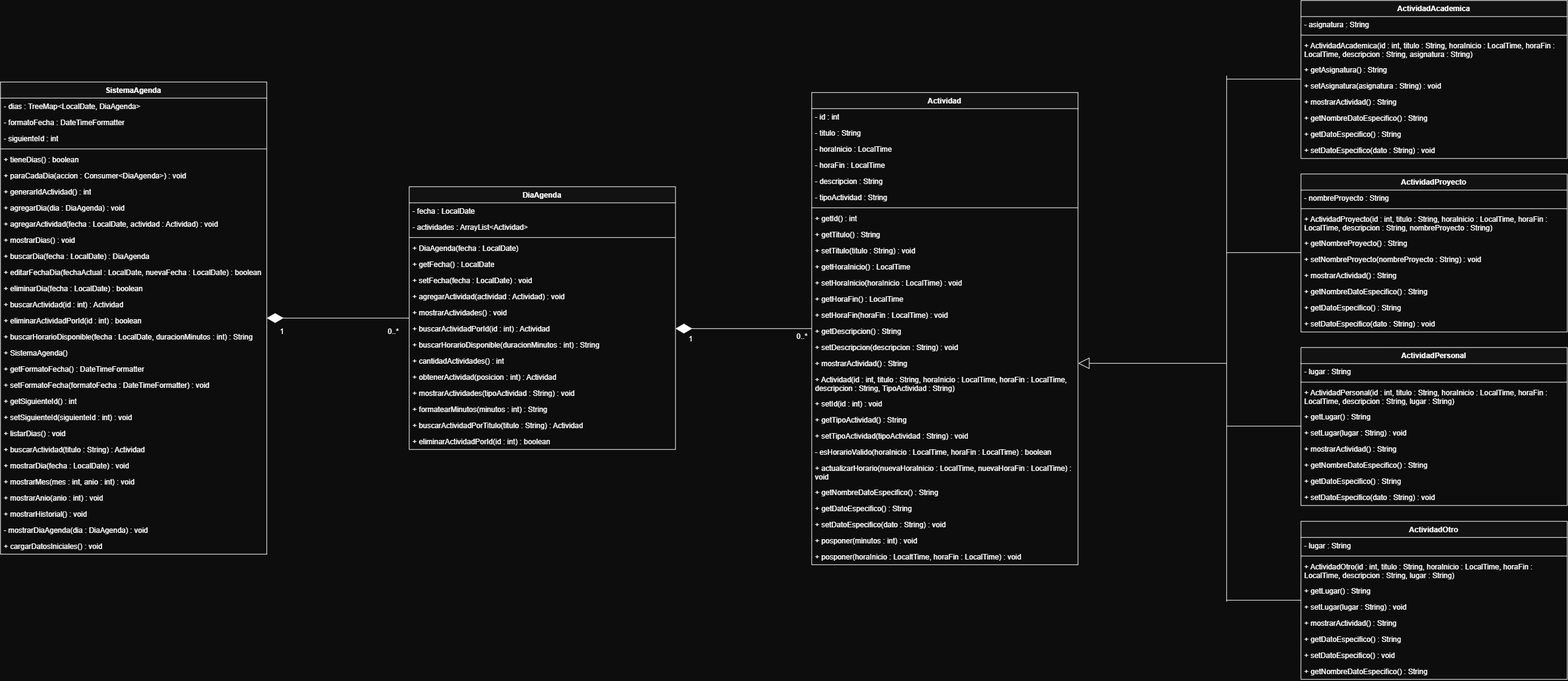
Before: docs/DiagramaAgenda.drawio.png, a diagram exported from draw.io (giullianomartinez/SIA-GestionAgenda). Source tidied: cells renumbered, new cells last; positions are measured from the earlier drawing's top-left corner, leaving out a move shared by most shapes.
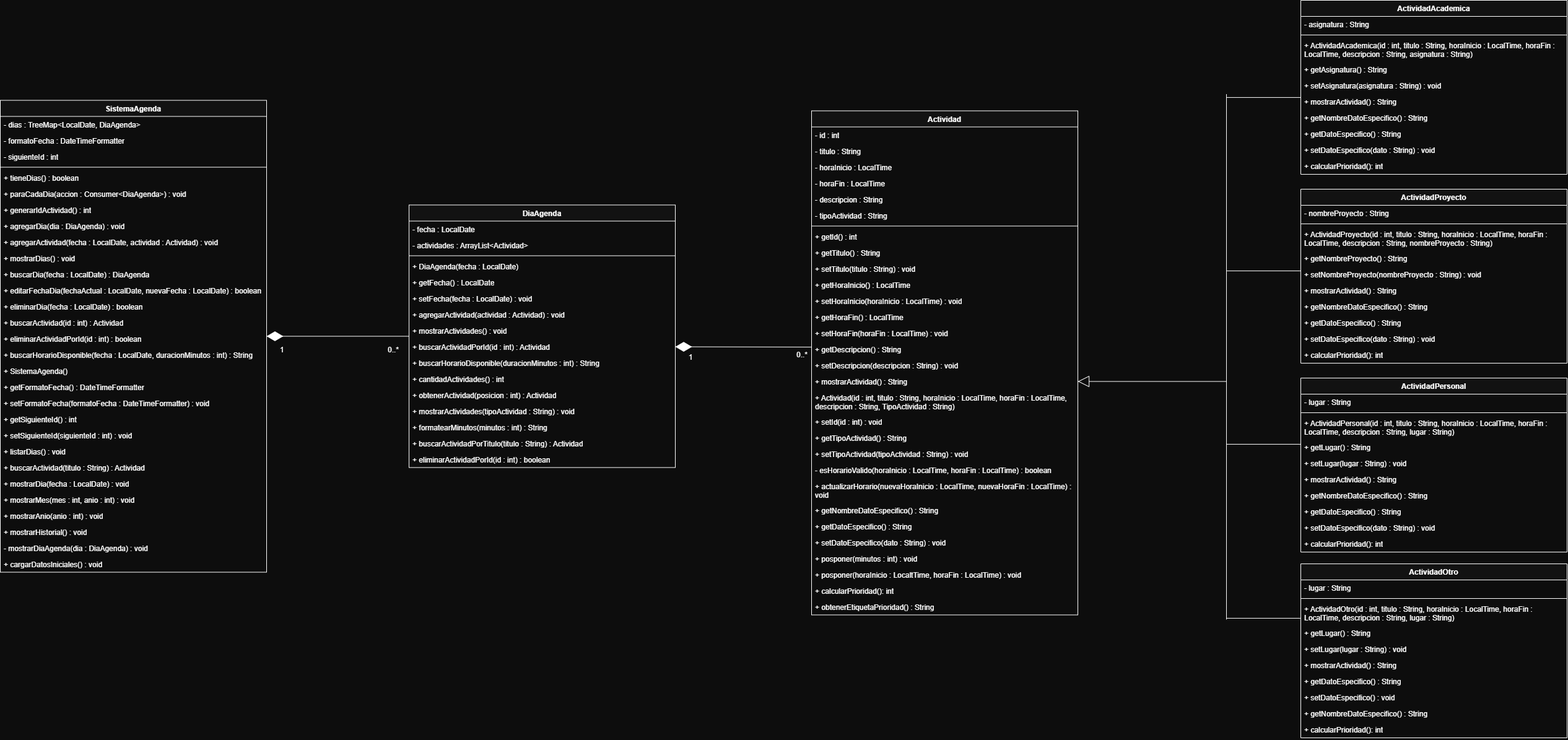
After the change.

The edit, as a diff of the source:
```diff
@@ -144,7 +144,7 @@
       <mxGeometry y="398" width="430" height="26" as="geometry" />
     </mxCell>
     <mxCell id="49" value="Actividad" style="swimlane;fontStyle=1;align=center;verticalAlign=top;horizontal=1;startSize=26;whiteSpace=wrap;html=1;" parent="1" vertex="1">
-      <mxGeometry x="1310" y="148.5" width="430" height="762" as="geometry" />
+      <mxGeometry x="1310" y="148.5" width="430" height="814" as="geometry" />
     </mxCell>
     <mxCell id="50" value="- id : int" style="text;strokeColor=none;fillColor=none;align=left;verticalAlign=top;spacingLeft=4;spacingRight=4;overflow=hidden;whiteSpace=wrap;html=1;" parent="49" vertex="1">
       <mxGeometry y="26" width="430" height="26" as="geometry" />
@@ -230,8 +230,14 @@
     <mxCell id="77" value="&lt;div&gt;+ posponer(horaInicio : LocaltTime, horaFin : LocalTime) : void&lt;/div&gt;" style="text;strokeColor=none;fillColor=none;align=left;verticalAlign=top;spacingLeft=4;spacingRight=4;overflow=hidden;whiteSpace=wrap;html=1;" parent="49" vertex="1">
       <mxGeometry y="736" width="430" height="26" as="geometry" />
     </mxCell>
+    <mxCell id="130" value="&lt;div&gt;+ calcularPrioridad(): int&lt;/div&gt;" style="text;strokeColor=none;fillColor=none;align=left;verticalAlign=top;spacingLeft=4;spacingRight=4;overflow=hidden;whiteSpace=wrap;html=1;" parent="49" vertex="1">
+      <mxGeometry y="762" width="430" height="26" as="geometry" />
+    </mxCell>
+    <mxCell id="131" value="&lt;div&gt;+ obtenerEtiquetaPrioridad() : String&lt;/div&gt;" style="text;strokeColor=none;fillColor=none;align=left;verticalAlign=top;spacingLeft=4;spacingRight=4;overflow=hidden;whiteSpace=wrap;html=1;" parent="49" vertex="1">
+      <mxGeometry y="788" width="430" height="26" as="geometry" />
+    </mxCell>
     <mxCell id="78" value="ActividadAcademica" style="swimlane;fontStyle=1;align=center;verticalAlign=top;horizontal=1;startSize=26;whiteSpace=wrap;html=1;" parent="1" vertex="1">
-      <mxGeometry x="2100" width="430" height="255" as="geometry" />
+      <mxGeometry x="2100" y="-30" width="430" height="281" as="geometry" />
     </mxCell>
     <mxCell id="79" value="- asignatura : String" style="text;strokeColor=none;fillColor=none;align=left;verticalAlign=top;spacingLeft=4;spacingRight=4;overflow=hidden;whiteSpace=wrap;html=1;" parent="78" vertex="1">
       <mxGeometry y="26" width="430" height="26" as="geometry" />
@@ -260,8 +266,11 @@
     <mxCell id="87" value="&lt;div&gt;+ setDatoEspecifico(dato : String) : void&lt;/div&gt;" style="text;strokeColor=none;fillColor=none;align=left;verticalAlign=top;spacingLeft=4;spacingRight=4;overflow=hidden;whiteSpace=wrap;html=1;" parent="78" vertex="1">
       <mxGeometry y="229" width="430" height="26" as="geometry" />
     </mxCell>
+    <mxCell id="132" value="+ calcularPrioridad(): int" style="text;strokeColor=none;fillColor=none;align=left;verticalAlign=top;spacingLeft=4;spacingRight=4;overflow=hidden;whiteSpace=wrap;html=1;" parent="78" vertex="1">
+      <mxGeometry y="255" width="430" height="26" as="geometry" />
+    </mxCell>
     <mxCell id="88" value="ActividadProyecto" style="swimlane;fontStyle=1;align=center;verticalAlign=top;horizontal=1;startSize=26;whiteSpace=wrap;html=1;" parent="1" vertex="1">
-      <mxGeometry x="2100" y="280" width="430" height="255" as="geometry" />
+      <mxGeometry x="2100" y="275" width="430" height="281" as="geometry" />
     </mxCell>
     <mxCell id="89" value="- nombreProyecto : String" style="text;strokeColor=none;fillColor=none;align=left;verticalAlign=top;spacingLeft=4;spacingRight=4;overflow=hidden;whiteSpace=wrap;html=1;" parent="88" vertex="1">
       <mxGeometry y="26" width="430" height="26" as="geometry" />
@@ -290,8 +299,11 @@
     <mxCell id="97" value="&lt;div&gt;+ setDatoEspecifico(dato : String) : void&lt;/div&gt;" style="text;strokeColor=none;fillColor=none;align=left;verticalAlign=top;spacingLeft=4;spacingRight=4;overflow=hidden;whiteSpace=wrap;html=1;" parent="88" vertex="1">
       <mxGeometry y="229" width="430" height="26" as="geometry" />
     </mxCell>
+    <mxCell id="133" value="+ calcularPrioridad(): int" style="text;strokeColor=none;fillColor=none;align=left;verticalAlign=top;spacingLeft=4;spacingRight=4;overflow=hidden;whiteSpace=wrap;html=1;" parent="88" vertex="1">
+      <mxGeometry y="255" width="430" height="26" as="geometry" />
+    </mxCell>
     <mxCell id="98" value="ActividadPersonal" style="swimlane;fontStyle=1;align=center;verticalAlign=top;horizontal=1;startSize=26;whiteSpace=wrap;html=1;" parent="1" vertex="1">
-      <mxGeometry x="2100" y="560" width="430" height="255" as="geometry" />
+      <mxGeometry x="2100" y="580" width="430" height="281" as="geometry" />
     </mxCell>
     <mxCell id="99" value="- lugar : String" style="text;strokeColor=none;fillColor=none;align=left;verticalAlign=top;spacingLeft=4;spacingRight=4;overflow=hidden;whiteSpace=wrap;html=1;" parent="98" vertex="1">
       <mxGeometry y="26" width="430" height="26" as="geometry" />
@@ -320,8 +332,11 @@
     <mxCell id="107" value="&lt;div&gt;+ setDatoEspecifico(dato : String) : void&lt;/div&gt;" style="text;strokeColor=none;fillColor=none;align=left;verticalAlign=top;spacingLeft=4;spacingRight=4;overflow=hidden;whiteSpace=wrap;html=1;" parent="98" vertex="1">
       <mxGeometry y="229" width="430" height="26" as="geometry" />
     </mxCell>
+    <mxCell id="134" value="+ calcularPrioridad(): int" style="text;strokeColor=none;fillColor=none;align=left;verticalAlign=top;spacingLeft=4;spacingRight=4;overflow=hidden;whiteSpace=wrap;html=1;" parent="98" vertex="1">
+      <mxGeometry y="255" width="430" height="26" as="geometry" />
+    </mxCell>
     <mxCell id="108" value="ActividadOtro" style="swimlane;fontStyle=1;align=center;verticalAlign=top;horizontal=1;startSize=26;whiteSpace=wrap;html=1;" parent="1" vertex="1">
-      <mxGeometry x="2100" y="840.5" width="430" height="255" as="geometry" />
+      <mxGeometry x="2100" y="880" width="430" height="281" as="geometry" />
     </mxCell>
     <mxCell id="109" value="- lugar : String" style="text;strokeColor=none;fillColor=none;align=left;verticalAlign=top;spacingLeft=4;spacingRight=4;overflow=hidden;whiteSpace=wrap;html=1;" parent="108" vertex="1">
       <mxGeometry y="26" width="430" height="26" as="geometry" />
@@ -350,6 +365,9 @@
     <mxCell id="117" value="&lt;div&gt;+ getNombreDatoEspecifico() : String&lt;/div&gt;" style="text;strokeColor=none;fillColor=none;align=left;verticalAlign=top;spacingLeft=4;spacingRight=4;overflow=hidden;whiteSpace=wrap;html=1;" parent="108" vertex="1">
       <mxGeometry y="229" width="430" height="26" as="geometry" />
     </mxCell>
+    <mxCell id="135" value="+ calcularPrioridad(): int" style="text;strokeColor=none;fillColor=none;align=left;verticalAlign=top;spacingLeft=4;spacingRight=4;overflow=hidden;whiteSpace=wrap;html=1;" parent="108" vertex="1">
+      <mxGeometry y="255" width="430" height="26" as="geometry" />
+    </mxCell>
     <mxCell id="118" style="endArrow=diamondThin;endFill=1;endSize=24;html=1;rounded=0;entryX=1;entryY=0.5;entryDx=0;entryDy=0;exitX=0;exitY=0.5;exitDx=0;exitDy=0;" parent="1" edge="1" source="32" target="2">
       <mxGeometry relative="1" as="geometry" />
     </mxCell>
@@ -359,8 +377,10 @@
     <mxCell id="120" value="0..*" style="text;html=1;whiteSpace=wrap;strokeColor=none;fillColor=none;align=center;verticalAlign=middle;rounded=0;" parent="1" vertex="1">
       <mxGeometry x="610" y="521.5" width="50" height="26" as="geometry" />
     </mxCell>
-    <mxCell id="121" style="endArrow=diamondThin;endFill=1;endSize=24;html=1;rounded=0;exitX=0;exitY=0.5;exitDx=0;exitDy=0;entryX=1;entryY=0.5;entryDx=0;entryDy=0;" parent="1" edge="1" source="49" target="41">
-      <mxGeometry relative="1" as="geometry" />
+    <mxCell id="121" style="endArrow=diamondThin;endFill=1;endSize=24;html=1;rounded=0;entryX=1;entryY=0.5;entryDx=0;entryDy=0;" parent="1" edge="1" target="41">
+      <mxGeometry relative="1" as="geometry">
+        <mxPoint x="1310" y="530" as="sourcePoint" />
+      </mxGeometry>
     </mxCell>
     <mxCell id="122" style="endArrow=none;html=1;rounded=0;entryX=0;entryY=0.5;entryDx=0;entryDy=0;" parent="1" edge="1">
       <mxGeometry relative="1" as="geometry">
```
